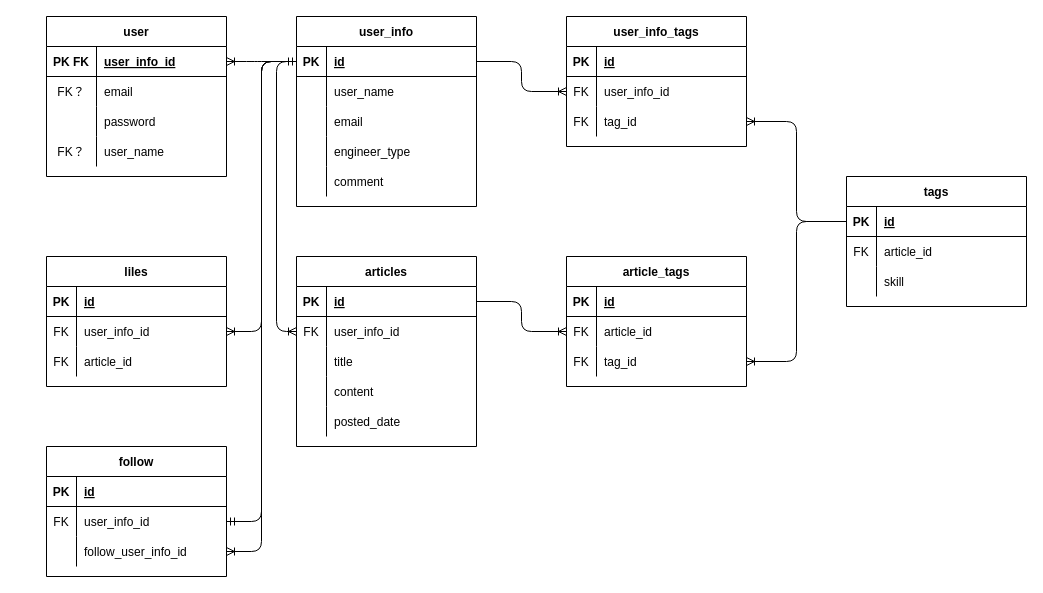
Earlier version of the draw.io diagram quish.drawio (yusuke-rakus/Qiish). Source tidied: cells renumbered, new cells numbered last; positions are measured from the earlier drawing's top-left corner, leaving out a move shared by most shapes. Both pictures are drawn from the tidied source at 100%, with x=0, y=0 at pixel (46, 16).
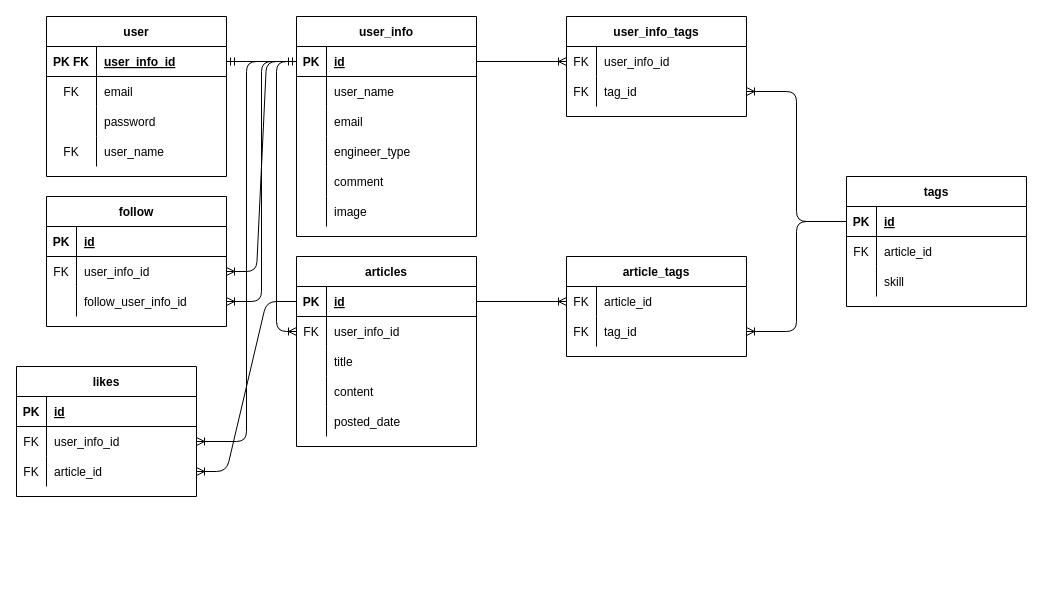
Above is the later version.

The change refers to these unchanged cells:
```xml
<mxCell id="3" style="shape=partialRectangle;fillColor=none;top=0;left=0;bottom=1;right=0;points=[[0,0.5],[1,0.5]];portConstraint=eastwest;" parent="2" vertex="1">
  <mxGeometry y="30" width="180" height="30" as="geometry" />
</mxCell>
<mxCell id="19" style="shape=partialRectangle;fillColor=none;top=0;left=0;bottom=1;right=0;points=[[0,0.5],[1,0.5]];portConstraint=eastwest;" parent="18" vertex="1">
  <mxGeometry y="30" width="180" height="30" as="geometry" />
</mxCell>
<mxCell id="22" style="shape=partialRectangle;fillColor=none;top=0;left=0;bottom=0;right=0;" parent="18" vertex="1">
  <mxGeometry y="60" width="180" height="30" as="geometry" />
</mxCell>
<mxCell id="28" style="shape=partialRectangle;fillColor=none;top=0;left=0;bottom=0;right=0;" parent="18" vertex="1">
  <mxGeometry y="120" width="180" height="30" as="geometry" />
</mxCell>
<mxCell id="35" style="shape=partialRectangle;fillColor=none;top=0;left=0;bottom=0;right=0;points=[[0,0.5],[1,0.5]];portConstraint=eastwest;" parent="31" vertex="1">
  <mxGeometry y="60" width="180" height="30" as="geometry" />
</mxCell>
<mxCell id="48" style="shape=partialRectangle;fillColor=none;top=0;left=0;bottom=0;right=0;points=[[0,0.5],[1,0.5]];portConstraint=eastwest;" parent="41" vertex="1">
  <mxGeometry y="90" width="180" height="30" as="geometry" />
</mxCell>
<mxCell id="52" style="shape=partialRectangle;fillColor=none;top=0;left=0;bottom=1;right=0;points=[[0,0.5],[1,0.5]];portConstraint=eastwest;" parent="51" vertex="1">
  <mxGeometry y="30" width="180" height="30" as="geometry" />
</mxCell>
```

What changed in the source:
```diff
@@
     <mxCell id="2" value="user_info" style="shape=table;startSize=30;childLayout=tableLayout;rowLines=0;fontStyle=1;align=center;" parent="1" vertex="1">
-      <mxGeometry x="250" width="180" height="190" as="geometry" />
+      <mxGeometry x="250" width="180" height="220" as="geometry" />
     </mxCell>
@@
+    <mxCell id="106" style="shape=partialRectangle;fillColor=none;top=0;left=0;bottom=0;right=0;" parent="2" vertex="1">
+      <mxGeometry y="180" width="180" height="30" as="geometry" />
+    </mxCell>
+    <mxCell id="107" style="shape=partialRectangle;fillColor=none;top=0;left=0;bottom=0;right=0;overflow=hidden;" parent="106" vertex="1">
+      <mxGeometry width="30" height="30" as="geometry" />
+    </mxCell>
+    <mxCell id="108" value="image" style="shape=partialRectangle;fillColor=none;top=0;left=0;bottom=0;right=0;align=left;spacingLeft=6;overflow=hidden;" parent="106" vertex="1">
+      <mxGeometry x="30" width="150" height="30" as="geometry" />
+    </mxCell>
@@
-    <mxCell id="23" value="FK？" style="shape=partialRectangle;fillColor=none;top=0;left=0;bottom=0;right=0;overflow=hidden;fontStyle=0;" parent="22" vertex="1">
+    <mxCell id="23" value="FK" style="shape=partialRectangle;fillColor=none;top=0;left=0;bottom=0;right=0;overflow=hidden;fontStyle=0;" parent="22" vertex="1">
       <mxGeometry width="50" height="30" as="geometry" />
     </mxCell>
@@
-    <mxCell id="29" value="FK？" style="shape=partialRectangle;fillColor=none;top=0;left=0;bottom=0;right=0;overflow=hidden;" parent="28" vertex="1">
+    <mxCell id="29" value="FK" style="shape=partialRectangle;fillColor=none;top=0;left=0;bottom=0;right=0;overflow=hidden;" parent="28" vertex="1">
       <mxGeometry width="50" height="30" as="geometry" />
     </mxCell>
@@
     <mxCell id="31" value="follow" style="shape=table;startSize=30;childLayout=tableLayout;rowLines=0;fontStyle=1;align=center;" parent="1" vertex="1">
-      <mxGeometry y="430" width="180" height="130" as="geometry" />
+      <mxGeometry y="180" width="180" height="130" as="geometry" />
     </mxCell>
@@
-    <mxCell id="41" value="liles" style="shape=table;startSize=30;childLayout=tableLayout;rowLines=0;fontStyle=1;align=center;" parent="1" vertex="1">
-      <mxGeometry y="240" width="180" height="130" as="geometry" />
+    <mxCell id="41" value="likes" style="shape=table;startSize=30;childLayout=tableLayout;rowLines=0;fontStyle=1;align=center;" parent="1" vertex="1">
+      <mxGeometry x="-30" y="350" width="180" height="130" as="geometry" />
     </mxCell>
@@
     <mxCell id="77" value="user_info_tags" style="shape=table;startSize=30;childLayout=tableLayout;rowLines=0;fontStyle=1;align=center;" parent="1" vertex="1">
-      <mxGeometry x="520" width="180" height="130" as="geometry" />
+      <mxGeometry x="520" width="180" height="100" as="geometry" />
     </mxCell>
-    <mxCell id="78" style="shape=partialRectangle;fillColor=none;top=0;left=0;bottom=1;right=0;" parent="77" vertex="1">
-      <mxGeometry y="30" width="180" height="30" as="geometry" />
-    </mxCell>
-    <mxCell id="79" value="PK" style="shape=partialRectangle;fillColor=none;top=0;left=0;bottom=0;right=0;fontStyle=1;overflow=hidden;" parent="78" vertex="1">
-      <mxGeometry width="30" height="30" as="geometry" />
-    </mxCell>
-    <mxCell id="80" value="id" style="shape=partialRectangle;fillColor=none;top=0;left=0;bottom=0;right=0;align=left;spacingLeft=6;fontStyle=5;overflow=hidden;" parent="78" vertex="1">
-      <mxGeometry x="30" width="150" height="30" as="geometry" />
-    </mxCell>
     <mxCell id="81" style="shape=partialRectangle;fillColor=none;top=0;left=0;bottom=0;right=0;points=[[0,0.5],[1,0.5]];portConstraint=eastwest;" parent="77" vertex="1">
-      <mxGeometry y="60" width="180" height="30" as="geometry" />
+      <mxGeometry y="30" width="180" height="30" as="geometry" />
     </mxCell>
@@
     <mxCell id="84" style="shape=partialRectangle;fillColor=none;top=0;left=0;bottom=0;right=0;points=[[0,0.5],[1,0.5]];portConstraint=eastwest;" parent="77" vertex="1">
-      <mxGeometry y="90" width="180" height="30" as="geometry" />
+      <mxGeometry y="60" width="180" height="30" as="geometry" />
     </mxCell>
@@
     <mxCell id="87" value="article_tags" style="shape=table;startSize=30;childLayout=tableLayout;rowLines=0;fontStyle=1;align=center;" parent="1" vertex="1">
-      <mxGeometry x="520" y="240" width="180" height="130" as="geometry" />
+      <mxGeometry x="520" y="240" width="180" height="100" as="geometry" />
     </mxCell>
-    <mxCell id="88" style="shape=partialRectangle;fillColor=none;top=0;left=0;bottom=1;right=0;" parent="87" vertex="1">
-      <mxGeometry y="30" width="180" height="30" as="geometry" />
-    </mxCell>
-    <mxCell id="89" value="PK" style="shape=partialRectangle;fillColor=none;top=0;left=0;bottom=0;right=0;fontStyle=1;overflow=hidden;" parent="88" vertex="1">
-      <mxGeometry width="30" height="30" as="geometry" />
-    </mxCell>
-    <mxCell id="90" value="id" style="shape=partialRectangle;fillColor=none;top=0;left=0;bottom=0;right=0;align=left;spacingLeft=6;fontStyle=5;overflow=hidden;" parent="88" vertex="1">
-      <mxGeometry x="30" width="150" height="30" as="geometry" />
-    </mxCell>
     <mxCell id="91" style="shape=partialRectangle;fillColor=none;top=0;left=0;bottom=0;right=0;points=[[0,0.5],[1,0.5]];portConstraint=eastwest;" parent="87" vertex="1">
-      <mxGeometry y="60" width="180" height="30" as="geometry" />
+      <mxGeometry y="30" width="180" height="30" as="geometry" />
     </mxCell>
@@
     <mxCell id="94" style="shape=partialRectangle;fillColor=none;top=0;left=0;bottom=0;right=0;points=[[0,0.5],[1,0.5]];portConstraint=eastwest;" parent="87" vertex="1">
-      <mxGeometry y="90" width="180" height="30" as="geometry" />
+      <mxGeometry y="60" width="180" height="30" as="geometry" />
     </mxCell>
@@
-    <mxCell id="97" style="edgeStyle=entityRelationEdgeStyle;fontSize=12;html=1;endArrow=ERoneToMany;exitX=0;exitY=0.5;exitDx=0;exitDy=0;entryX=1;entryY=0.5;entryDx=0;entryDy=0;" parent="1" edge="1" source="3" target="19">
-      <mxGeometry relative="1" as="geometry" />
-    </mxCell>
@@
-    <mxCell id="105" style="edgeStyle=orthogonalEdgeStyle;fontSize=12;html=1;endArrow=ERmandOne;startArrow=ERmandOne;exitX=1;exitY=0.5;exitDx=0;exitDy=0;entryX=0;entryY=0.5;entryDx=0;entryDy=0;" parent="1" edge="1" source="35" target="3">
-      <mxGeometry relative="1" as="geometry" />
-    </mxCell>
+    <mxCell id="109" style="edgeStyle=entityRelationEdgeStyle;fontSize=12;html=1;endArrow=ERoneToMany;entryX=1;entryY=0.5;entryDx=0;entryDy=0;exitX=0;exitY=0.5;exitDx=0;exitDy=0;" parent="1" edge="1" source="52" target="48">
+      <mxGeometry relative="1" as="geometry" />
+    </mxCell>
+    <mxCell id="110" style="edgeStyle=entityRelationEdgeStyle;fontSize=12;html=1;endArrow=ERoneToMany;entryX=1;entryY=0.5;entryDx=0;entryDy=0;exitX=0;exitY=0.5;exitDx=0;exitDy=0;" parent="1" edge="1" source="3" target="35">
+      <mxGeometry relative="1" as="geometry" />
+    </mxCell>
+    <mxCell id="111" style="edgeStyle=entityRelationEdgeStyle;fontSize=12;html=1;endArrow=ERmandOne;startArrow=ERmandOne;entryX=0;entryY=0.5;entryDx=0;entryDy=0;exitX=1;exitY=0.5;exitDx=0;exitDy=0;" parent="1" edge="1" source="19" target="3">
+      <mxGeometry relative="1" as="geometry" />
+    </mxCell>
```
